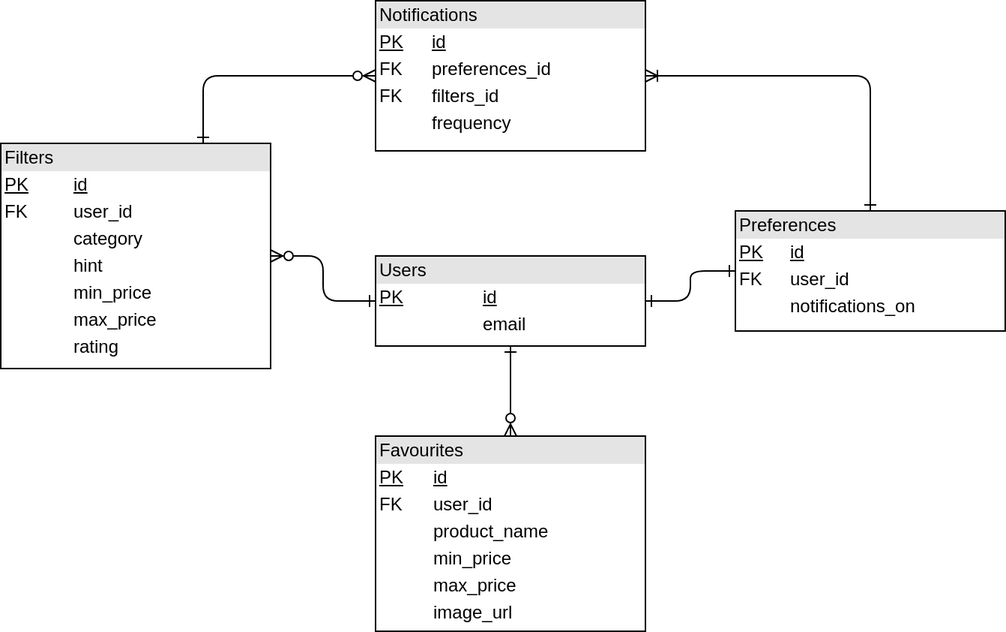
Above: docs/diagrams/dbSchema.png in ussur/s-mart (draw.io), before the change. Source tidied: cells renumbered, new cells last; positions are measured from the earlier drawing's top-left corner, leaving out a move shared by most shapes.
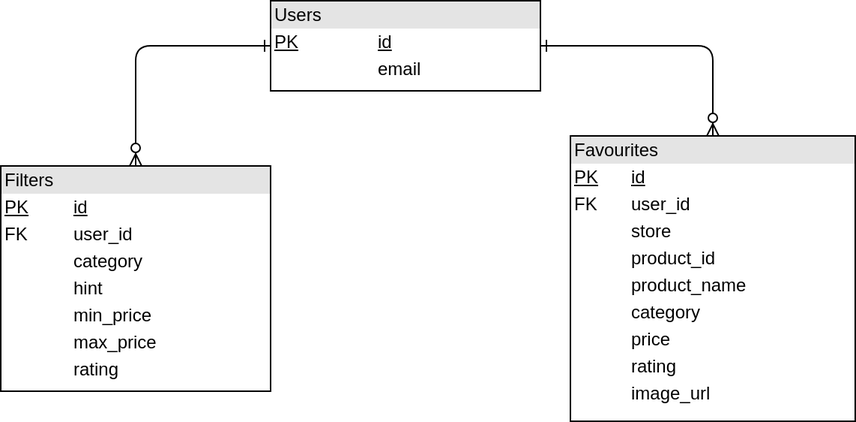
Later version of the same file.

Change to the diagram source:
```diff
@@ -3,42 +3,22 @@
     <mxCell id="0" />
     <mxCell id="1" parent="0" />
     <mxCell id="2" value="&lt;div style=&quot;box-sizing: border-box ; width: 100% ; background: #e4e4e4 ; padding: 2px&quot;&gt;Filters&lt;/div&gt;&lt;table style=&quot;width: 100% ; font-size: 1em&quot; cellpadding=&quot;2&quot; cellspacing=&quot;0&quot;&gt;&lt;tbody&gt;&lt;tr&gt;&lt;td&gt;&lt;u&gt;PK&lt;/u&gt;&lt;/td&gt;&lt;td&gt;&lt;u&gt;id&lt;/u&gt;&lt;/td&gt;&lt;/tr&gt;&lt;tr&gt;&lt;td&gt;FK&lt;/td&gt;&lt;td&gt;user_id&lt;/td&gt;&lt;/tr&gt;&lt;tr&gt;&lt;td&gt;&lt;/td&gt;&lt;td&gt;category&lt;/td&gt;&lt;/tr&gt;&lt;tr&gt;&lt;td&gt;&lt;br&gt;&lt;/td&gt;&lt;td&gt;hint&lt;/td&gt;&lt;/tr&gt;&lt;tr&gt;&lt;td&gt;&lt;br&gt;&lt;/td&gt;&lt;td&gt;min_price&lt;br&gt;&lt;/td&gt;&lt;/tr&gt;&lt;tr&gt;&lt;td&gt;&lt;br&gt;&lt;/td&gt;&lt;td&gt;max_price&lt;br&gt;&lt;/td&gt;&lt;/tr&gt;&lt;tr&gt;&lt;td&gt;&lt;br&gt;&lt;/td&gt;&lt;td&gt;rating&lt;br&gt;&lt;/td&gt;&lt;/tr&gt;&lt;/tbody&gt;&lt;/table&gt;" style="verticalAlign=top;align=left;overflow=fill;html=1;rounded=0;shadow=0;comic=0;labelBackgroundColor=none;strokeColor=#000000;strokeWidth=1;fillColor=#ffffff;fontFamily=Helvetica;fontSize=12;fontColor=#000000;" parent="1" vertex="1">
-      <mxGeometry y="95" width="180" height="150" as="geometry" />
+      <mxGeometry x="70" y="280" width="180" height="150" as="geometry" />
     </mxCell>
-    <mxCell id="3" style="edgeStyle=orthogonalEdgeStyle;html=1;labelBackgroundColor=none;startArrow=ERoneToMany;endArrow=ERone;fontFamily=Verdana;fontSize=12;align=left;startFill=0;endFill=0;exitX=1;exitY=0.5;exitDx=0;exitDy=0;" parent="1" edge="1" source="4" target="5">
-      <mxGeometry relative="1" as="geometry">
-        <Array as="points">
-          <mxPoint x="580" y="50" />
-        </Array>
-      </mxGeometry>
-    </mxCell>
-    <mxCell id="4" value="&lt;div style=&quot;box-sizing: border-box ; width: 100% ; background: #e4e4e4 ; padding: 2px&quot;&gt;Notifications&lt;/div&gt;&lt;table style=&quot;width: 100% ; font-size: 1em&quot; cellpadding=&quot;2&quot; cellspacing=&quot;0&quot;&gt;&lt;tbody&gt;&lt;tr&gt;&lt;td&gt;&lt;u&gt;PK&lt;/u&gt;&lt;/td&gt;&lt;td&gt;&lt;u&gt;id&lt;/u&gt;&lt;/td&gt;&lt;/tr&gt;&lt;tr&gt;&lt;td&gt;FK&lt;/td&gt;&lt;td&gt;preferences_id&lt;/td&gt;&lt;/tr&gt;&lt;tr&gt;&lt;td&gt;FK&lt;/td&gt;&lt;td&gt;filters_id&lt;/td&gt;&lt;/tr&gt;&lt;tr&gt;&lt;td&gt;&lt;br&gt;&lt;/td&gt;&lt;td&gt;frequency&lt;br&gt;&lt;/td&gt;&lt;/tr&gt;&lt;/tbody&gt;&lt;/table&gt;" style="verticalAlign=top;align=left;overflow=fill;html=1;rounded=0;shadow=0;comic=0;labelBackgroundColor=none;strokeColor=#000000;strokeWidth=1;fillColor=#ffffff;fontFamily=Helvetica;fontSize=12;fontColor=#000000;" parent="1" vertex="1">
-      <mxGeometry x="250" width="180" height="100" as="geometry" />
-    </mxCell>
-    <mxCell id="5" value="&lt;div style=&quot;box-sizing: border-box ; width: 100% ; background: #e4e4e4 ; padding: 2px&quot;&gt;Preferences&lt;/div&gt;&lt;table style=&quot;width: 100% ; font-size: 1em&quot; cellpadding=&quot;2&quot; cellspacing=&quot;0&quot;&gt;&lt;tbody&gt;&lt;tr&gt;&lt;td&gt;&lt;u&gt;PK&lt;/u&gt;&lt;/td&gt;&lt;td&gt;&lt;u&gt;id&lt;/u&gt;&lt;/td&gt;&lt;/tr&gt;&lt;tr&gt;&lt;td&gt;FK&lt;/td&gt;&lt;td&gt;user_id&lt;/td&gt;&lt;/tr&gt;&lt;tr&gt;&lt;td&gt;&lt;/td&gt;&lt;td&gt;notifications_on&lt;/td&gt;&lt;/tr&gt;&lt;/tbody&gt;&lt;/table&gt;" style="verticalAlign=top;align=left;overflow=fill;html=1;rounded=0;shadow=0;comic=0;labelBackgroundColor=none;strokeColor=#000000;strokeWidth=1;fillColor=#ffffff;fontFamily=Helvetica;fontSize=12;fontColor=#000000;" parent="1" vertex="1">
-      <mxGeometry x="490" y="140" width="180" height="80" as="geometry" />
-    </mxCell>
-    <mxCell id="6" style="edgeStyle=orthogonalEdgeStyle;html=1;entryX=0;entryY=0.5;labelBackgroundColor=none;startArrow=ERone;endArrow=ERone;fontFamily=Helvetica;fontSize=12;align=left;endFill=0;startFill=0;entryDx=0;entryDy=0;" parent="1" edge="1" source="7" target="5">
-      <mxGeometry relative="1" as="geometry" />
-    </mxCell>
     <mxCell id="7" value="&lt;div style=&quot;box-sizing: border-box ; width: 100% ; background: #e4e4e4 ; padding: 2px&quot;&gt;Users&lt;/div&gt;&lt;table style=&quot;width: 100% ; font-size: 1em&quot; cellpadding=&quot;2&quot; cellspacing=&quot;0&quot;&gt;&lt;tbody&gt;&lt;tr&gt;&lt;td&gt;&lt;u&gt;PK&lt;/u&gt;&lt;/td&gt;&lt;td&gt;&lt;u&gt;id&lt;/u&gt;&lt;/td&gt;&lt;/tr&gt;&lt;tr&gt;&lt;td&gt;&lt;/td&gt;&lt;td&gt;email&lt;/td&gt;&lt;/tr&gt;&lt;/tbody&gt;&lt;/table&gt;" style="verticalAlign=top;align=left;overflow=fill;html=1;rounded=0;shadow=0;comic=0;labelBackgroundColor=none;strokeColor=#000000;strokeWidth=1;fillColor=#ffffff;fontFamily=Helvetica;fontSize=12;fontColor=#000000;" parent="1" vertex="1">
       <mxGeometry x="250" y="170" width="180" height="60" as="geometry" />
     </mxCell>
-    <mxCell id="8" value="&lt;div style=&quot;box-sizing: border-box ; width: 100% ; background: #e4e4e4 ; padding: 2px&quot;&gt;Favourites&lt;/div&gt;&lt;table style=&quot;width: 100% ; font-size: 1em&quot; cellpadding=&quot;2&quot; cellspacing=&quot;0&quot;&gt;&lt;tbody&gt;&lt;tr&gt;&lt;td&gt;&lt;u&gt;PK&lt;/u&gt;&lt;/td&gt;&lt;td&gt;&lt;u&gt;id&lt;/u&gt;&lt;/td&gt;&lt;/tr&gt;&lt;tr&gt;&lt;td&gt;FK&lt;/td&gt;&lt;td&gt;user_id&lt;/td&gt;&lt;/tr&gt;&lt;tr&gt;&lt;td&gt;&lt;/td&gt;&lt;td&gt;product_name&lt;/td&gt;&lt;/tr&gt;&lt;tr&gt;&lt;td&gt;&lt;br&gt;&lt;/td&gt;&lt;td&gt;min_price&lt;br&gt;&lt;/td&gt;&lt;/tr&gt;&lt;tr&gt;&lt;td&gt;&lt;br&gt;&lt;/td&gt;&lt;td&gt;max_price&lt;br&gt;&lt;/td&gt;&lt;/tr&gt;&lt;tr&gt;&lt;td&gt;&lt;br&gt;&lt;/td&gt;&lt;td&gt;image_url&lt;br&gt;&lt;/td&gt;&lt;/tr&gt;&lt;/tbody&gt;&lt;/table&gt;" style="verticalAlign=top;align=left;overflow=fill;html=1;rounded=0;shadow=0;comic=0;labelBackgroundColor=none;strokeColor=#000000;strokeWidth=1;fillColor=#ffffff;fontFamily=Helvetica;fontSize=12;fontColor=#000000;" parent="1" vertex="1">
-      <mxGeometry x="250" y="290" width="180" height="130" as="geometry" />
+    <mxCell id="8" value="&lt;div style=&quot;box-sizing: border-box ; width: 100% ; background: #e4e4e4 ; padding: 2px&quot;&gt;Favourites&lt;/div&gt;&lt;table style=&quot;width: 100% ; font-size: 1em&quot; cellpadding=&quot;2&quot; cellspacing=&quot;0&quot;&gt;&lt;tbody&gt;&lt;tr&gt;&lt;td&gt;&lt;u&gt;PK&lt;/u&gt;&lt;/td&gt;&lt;td&gt;&lt;u&gt;id&lt;/u&gt;&lt;/td&gt;&lt;/tr&gt;&lt;tr&gt;&lt;td&gt;FK&lt;/td&gt;&lt;td&gt;user_id&lt;/td&gt;&lt;/tr&gt;&lt;tr&gt;&lt;td&gt;&lt;br&gt;&lt;/td&gt;&lt;td&gt;store&lt;/td&gt;&lt;/tr&gt;&lt;tr&gt;&lt;td&gt;&lt;br&gt;&lt;/td&gt;&lt;td&gt;product_id&lt;/td&gt;&lt;/tr&gt;&lt;tr&gt;&lt;td&gt;&lt;/td&gt;&lt;td&gt;product_name&lt;/td&gt;&lt;/tr&gt;&lt;tr&gt;&lt;td&gt;&lt;br&gt;&lt;/td&gt;&lt;td&gt;category&lt;br&gt;&lt;/td&gt;&lt;/tr&gt;&lt;tr&gt;&lt;td&gt;&lt;br&gt;&lt;/td&gt;&lt;td&gt;price&lt;br&gt;&lt;/td&gt;&lt;/tr&gt;&lt;tr&gt;&lt;td&gt;&lt;br&gt;&lt;/td&gt;&lt;td&gt;rating&lt;/td&gt;&lt;/tr&gt;&lt;tr&gt;&lt;td&gt;&lt;br&gt;&lt;/td&gt;&lt;td&gt;image_url&lt;br&gt;&lt;/td&gt;&lt;/tr&gt;&lt;/tbody&gt;&lt;/table&gt;" style="verticalAlign=top;align=left;overflow=fill;html=1;rounded=0;shadow=0;comic=0;labelBackgroundColor=none;strokeColor=#000000;strokeWidth=1;fillColor=#ffffff;fontFamily=Helvetica;fontSize=12;fontColor=#000000;" parent="1" vertex="1">
+      <mxGeometry x="450" y="260" width="190" height="190" as="geometry" />
     </mxCell>
-    <mxCell id="9" style="edgeStyle=orthogonalEdgeStyle;html=1;endArrow=ERone;startArrow=ERzeroToMany;labelBackgroundColor=none;fontFamily=Helvetica;fontSize=12;align=left;exitX=1;exitY=0.5;entryX=0;entryY=0.5;startFill=1;endFill=0;exitDx=0;exitDy=0;entryDx=0;entryDy=0;" parent="1" edge="1" source="2" target="7">
+    <mxCell id="9" style="edgeStyle=orthogonalEdgeStyle;html=1;endArrow=ERone;startArrow=ERzeroToMany;labelBackgroundColor=none;fontFamily=Helvetica;fontSize=12;align=left;exitX=0.5;exitY=0;entryX=0;entryY=0.5;startFill=1;endFill=0;exitDx=0;exitDy=0;entryDx=0;entryDy=0;" parent="1" edge="1" source="2" target="7">
       <mxGeometry relative="1" as="geometry">
         <Array as="points">
-          <mxPoint x="215" y="170" />
-          <mxPoint x="215" y="200" />
+          <mxPoint x="160" y="200" />
         </Array>
       </mxGeometry>
     </mxCell>
-    <mxCell id="10" style="edgeStyle=orthogonalEdgeStyle;html=1;endArrow=ERzeroToMany;startArrow=ERone;labelBackgroundColor=none;fontFamily=Helvetica;fontSize=12;align=left;exitX=0.75;exitY=0;entryX=0;entryY=0.5;startFill=0;endFill=1;exitDx=0;exitDy=0;entryDx=0;entryDy=0;" parent="1" edge="1" source="2" target="4">
-      <mxGeometry relative="1" as="geometry" />
-    </mxCell>
-    <mxCell id="11" style="edgeStyle=orthogonalEdgeStyle;html=1;endArrow=ERzeroToMany;startArrow=ERone;labelBackgroundColor=none;fontFamily=Helvetica;fontSize=12;align=left;exitX=0.5;exitY=1;entryX=0.5;entryY=0;startFill=0;endFill=1;exitDx=0;exitDy=0;entryDx=0;entryDy=0;" parent="1" edge="1" source="7" target="8">
+    <mxCell id="11" style="edgeStyle=orthogonalEdgeStyle;html=1;endArrow=ERzeroToMany;startArrow=ERone;labelBackgroundColor=none;fontFamily=Helvetica;fontSize=12;align=left;exitX=1;exitY=0.5;entryX=0.5;entryY=0;startFill=0;endFill=1;exitDx=0;exitDy=0;entryDx=0;entryDy=0;" parent="1" edge="1" source="7" target="8">
       <mxGeometry relative="1" as="geometry" />
     </mxCell>
   </root>
```
